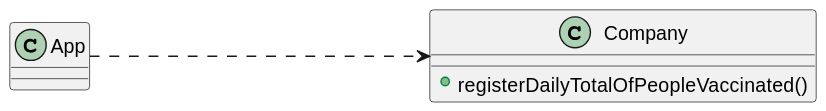
Before: docs/SprintD/US006/US006_CD.svg, a diagram exported from PlantUML (Pirussa/lei-22-s2-1da-g02). Its diagram source:
```plantuml
@startuml




class App{
}


class Company{
+registerDailyTotalOfPeopleVaccinated()
}


left to right direction


App .....> Company


@enduml
```
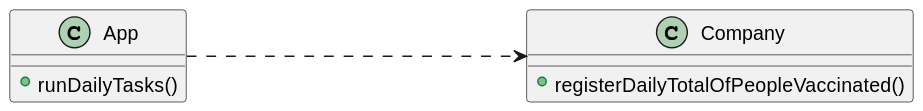
After the change.

What changed in the source:
```diff
@@ -4,6 +4,7 @@
 
 
 class App{
++runDailyTasks()
 }
 
 
```
